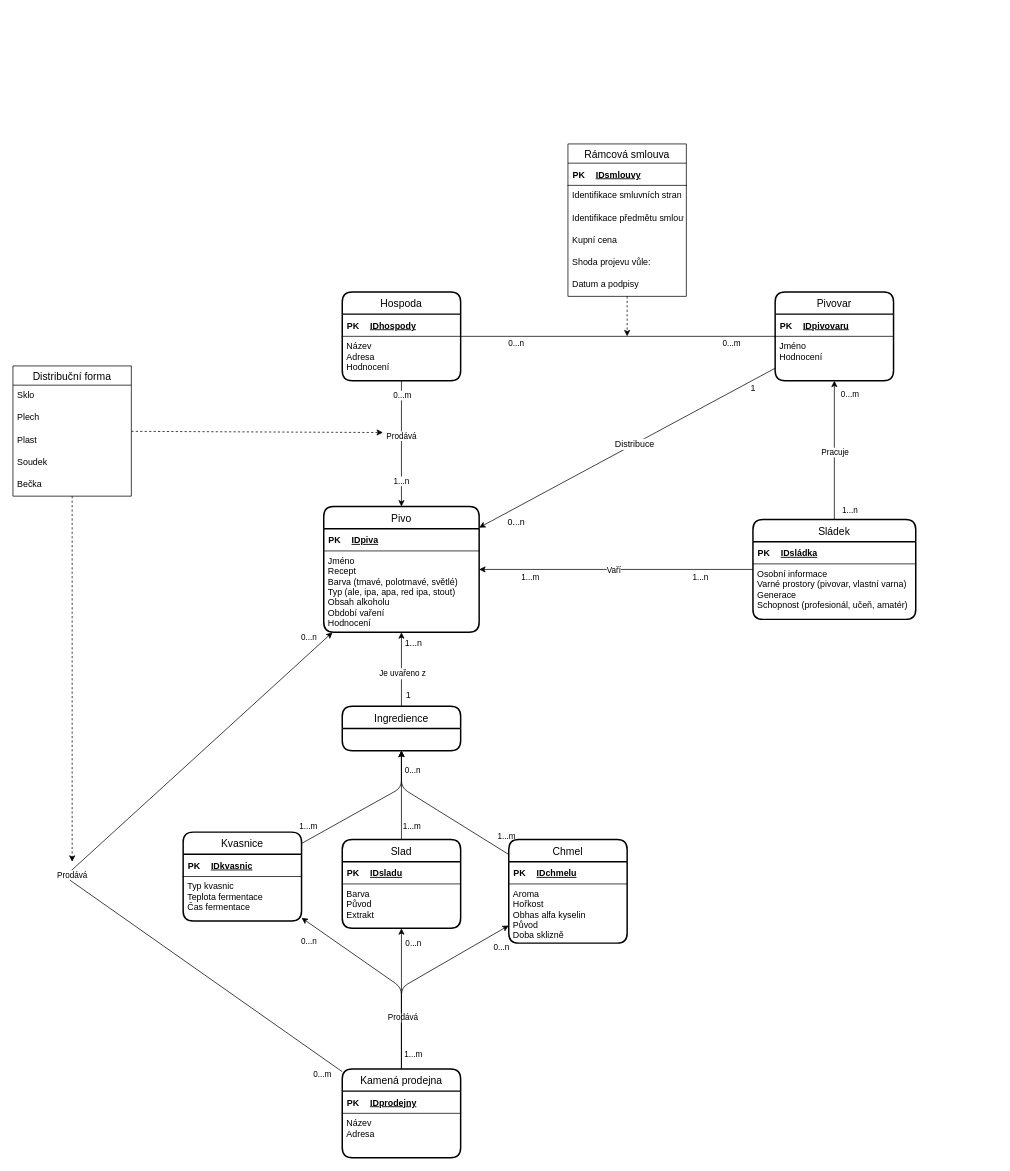
dan1235689/Diagrams keeps this draw.io diagram as IUS/IUS_projekt/ERD.drawio. Above is the earlier version. Source tidied: cells renumbered, new cells numbered last; positions are measured from the earlier drawing's top-left corner, leaving out a move shared by most shapes. Both pictures are drawn from the tidied source at 74%, with x=0, y=0 at pixel (13, 144).
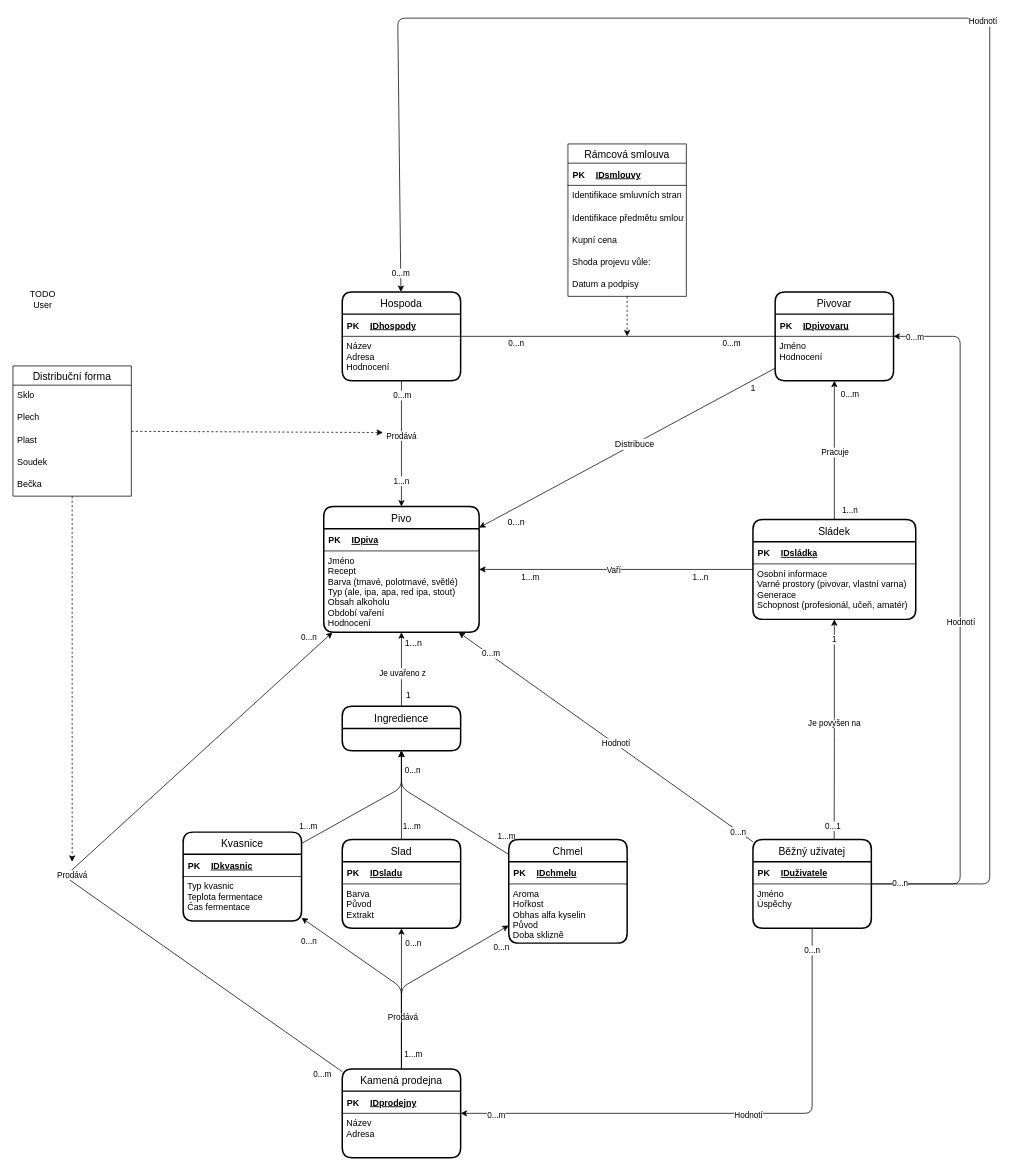
After the change.

Commit message:
general user

The change refers to these unchanged cells:
```xml
<mxCell id="9" value="Jméno&#10;Recept&#10;Barva (tmavé, polotmavé, světlé)&#10;Typ (ale, ipa, apa, red ipa, stout)&#10;Obsah alkoholu&#10;Období vaření&#10;Hodnocení" style="align=left;strokeColor=none;fillColor=none;spacingLeft=4;fontSize=12;verticalAlign=top;" parent="4" vertex="1">
  <mxGeometry y="60" width="210" height="110" as="geometry" />
</mxCell>
<mxCell id="49" value="Sládek" style="swimlane;horizontal=1;startSize=30;rounded=1;fontSize=14;fontStyle=0;strokeWidth=2;shadow=0;dashed=0;align=center;" parent="1" vertex="1">
  <mxGeometry x="1000" y="507.5" width="220" height="135" as="geometry" />
</mxCell>
<mxCell id="55" value="Hospoda" style="swimlane;horizontal=1;startSize=30;rounded=1;fontSize=14;fontStyle=0;strokeWidth=2;shadow=0;dashed=0;align=center;" parent="1" vertex="1">
  <mxGeometry x="445" y="200" width="160" height="120" as="geometry" />
</mxCell>
<mxCell id="65" value="Kamená prodejna" style="swimlane;horizontal=1;startSize=30;rounded=1;fontSize=14;fontStyle=0;strokeWidth=2;shadow=0;dashed=0;align=center;" parent="1" vertex="1">
  <mxGeometry x="445" y="1250" width="160" height="120" as="geometry" />
</mxCell>
<mxCell id="86" value="Pivovar" style="swimlane;horizontal=1;startSize=30;rounded=1;fontSize=14;fontStyle=0;strokeWidth=2;shadow=0;dashed=0;align=center;" parent="1" vertex="1">
  <mxGeometry x="1030" y="200" width="160" height="120" as="geometry" />
</mxCell>
```

Change to the diagram source:
```diff
@@
+    <mxCell id="112" value="TODO&lt;br&gt;User" style="text;html=1;align=center;verticalAlign=middle;strokeColor=none;fillColor=none;" parent="1" vertex="1">
+      <mxGeometry x="10" y="190" width="60" height="40" as="geometry" />
+    </mxCell>
+    <mxCell id="113" style="edgeStyle=none;html=1;" parent="1" edge="1" source="128" target="9">
+      <mxGeometry relative="1" as="geometry" />
+    </mxCell>
+    <mxCell id="114" value="0...m" style="edgeLabel;html=1;align=center;verticalAlign=middle;" parent="113" vertex="1">
+      <mxGeometry x="0.79" y="-2" relative="1" as="geometry" />
+    </mxCell>
+    <mxCell id="115" value="0...n" style="edgeLabel;html=1;align=center;verticalAlign=middle;" parent="113" vertex="1">
+      <mxGeometry x="-0.9" y="1" relative="1" as="geometry" />
+    </mxCell>
+    <mxCell id="116" value="Hodnotí" style="edgeLabel;html=1;align=center;verticalAlign=middle;" parent="113" vertex="1">
+      <mxGeometry x="-0.06" y="-1" relative="1" as="geometry" />
+    </mxCell>
+    <mxCell id="117" style="edgeStyle=none;html=1;" parent="1" edge="1" source="128" target="55">
+      <mxGeometry relative="1" as="geometry">
+        <Array as="points">
+          <mxPoint x="1320" y="1000" />
+          <mxPoint x="1320" y="-170" />
+          <mxPoint x="520" y="-170" />
+        </Array>
+      </mxGeometry>
+    </mxCell>
+    <mxCell id="118" value="0...m" style="edgeLabel;html=1;align=center;verticalAlign=middle;" parent="117" vertex="1">
+      <mxGeometry x="0.98" y="-1" relative="1" as="geometry" />
+    </mxCell>
+    <mxCell id="119" value="Hodnotí" style="edgeLabel;html=1;align=center;verticalAlign=middle;" parent="117" vertex="1">
+      <mxGeometry x="-0.1" y="-4" relative="1" as="geometry">
+        <mxPoint x="-14" y="-201" as="offset" />
+      </mxGeometry>
+    </mxCell>
+    <mxCell id="120" style="edgeStyle=none;html=1;" parent="1" edge="1" source="128" target="86">
+      <mxGeometry relative="1" as="geometry">
+        <Array as="points">
+          <mxPoint x="1280" y="1000" />
+          <mxPoint x="1280" y="260" />
+        </Array>
+      </mxGeometry>
+    </mxCell>
+    <mxCell id="121" value="0...n" style="edgeLabel;html=1;align=center;verticalAlign=middle;" parent="120" vertex="1">
+      <mxGeometry x="-0.92" y="2" relative="1" as="geometry" />
+    </mxCell>
+    <mxCell id="122" value="0...m" style="edgeLabel;html=1;align=center;verticalAlign=middle;" parent="120" vertex="1">
+      <mxGeometry x="0.94" relative="1" as="geometry" />
+    </mxCell>
+    <mxCell id="123" value="Hodnotí" style="edgeLabel;html=1;align=center;verticalAlign=middle;" parent="120" vertex="1">
+      <mxGeometry relative="1" as="geometry" />
+    </mxCell>
+    <mxCell id="124" style="edgeStyle=none;html=1;exitX=0.686;exitY=0.001;exitDx=0;exitDy=0;exitPerimeter=0;" parent="1" edge="1" source="128" target="49">
+      <mxGeometry relative="1" as="geometry">
+        <Array as="points">
+          <mxPoint x="1110" y="810" />
+        </Array>
+      </mxGeometry>
+    </mxCell>
+    <mxCell id="125" value="0...1" style="edgeLabel;html=1;align=center;verticalAlign=middle;" parent="124" vertex="1">
+      <mxGeometry x="-0.87" y="2" relative="1" as="geometry" />
+    </mxCell>
+    <mxCell id="126" value="1" style="edgeLabel;html=1;align=center;verticalAlign=middle;" parent="124" vertex="1">
+      <mxGeometry x="0.82" y="1" relative="1" as="geometry" />
+    </mxCell>
+    <mxCell id="127" value="Je povýšen na" style="edgeLabel;html=1;align=center;verticalAlign=middle;" parent="124" vertex="1">
+      <mxGeometry x="0.06" y="1" relative="1" as="geometry" />
+    </mxCell>
+    <mxCell id="128" value="Běžný uživatej" style="swimlane;horizontal=1;startSize=30;rounded=1;fontSize=14;fontStyle=0;strokeWidth=2;shadow=0;dashed=0;align=center;" parent="1" vertex="1">
+      <mxGeometry x="1000" y="940" width="160" height="120" as="geometry" />
+    </mxCell>
+    <mxCell id="129" style="shape=table;startSize=0;childLayout=tableLayout;rowLines=0;fontStyle=0;align=center;strokeColor=none;fillColor=none;" parent="128" vertex="1">
+      <mxGeometry y="30" width="160" height="30" as="geometry" />
+    </mxCell>
+    <mxCell id="130" style="shape=tableRow;horizontal=0;startSize=0;swimlaneHead=0;swimlaneBody=0;fillColor=none;top=0;left=0;right=0;bottom=1;" parent="129" vertex="1">
+      <mxGeometry width="160" height="30" as="geometry" />
+    </mxCell>
+    <mxCell id="131" value="PK" style="shape=partialRectangle;fillColor=none;top=0;left=0;bottom=0;right=0;fontStyle=1;overflow=hidden;" parent="130" vertex="1">
+      <mxGeometry width="30" height="30" as="geometry" />
+    </mxCell>
+    <mxCell id="132" value="IDuživatele" style="shape=partialRectangle;fillColor=none;top=0;left=0;bottom=0;right=0;align=left;spacingLeft=6;fontStyle=5;overflow=hidden;" parent="130" vertex="1">
+      <mxGeometry x="30" width="130" height="30" as="geometry" />
+    </mxCell>
+    <mxCell id="133" value="Jméno&#10;Úspěchy&#10;" style="align=left;strokeColor=none;fillColor=none;spacingLeft=4;fontSize=12;verticalAlign=top;" parent="128" vertex="1">
+      <mxGeometry y="60" width="160" height="60" as="geometry" />
+    </mxCell>
+    <mxCell id="134" style="edgeStyle=none;html=1;" parent="1" edge="1" source="128" target="65">
+      <mxGeometry relative="1" as="geometry">
+        <Array as="points">
+          <mxPoint x="1080" y="1310" />
+        </Array>
+      </mxGeometry>
+    </mxCell>
+    <mxCell id="135" value="0...n" style="edgeLabel;html=1;align=center;verticalAlign=middle;" parent="134" vertex="1">
+      <mxGeometry x="-0.92" y="-1" relative="1" as="geometry" />
+    </mxCell>
+    <mxCell id="136" value="Hodnotí" style="edgeLabel;html=1;align=center;verticalAlign=middle;" parent="134" vertex="1">
+      <mxGeometry x="-0.07" y="2" relative="1" as="geometry" />
+    </mxCell>
+    <mxCell id="137" value="0...m" style="edgeLabel;html=1;align=center;verticalAlign=middle;" parent="134" vertex="1">
+      <mxGeometry x="0.87" y="2" relative="1" as="geometry" />
+    </mxCell>
```
